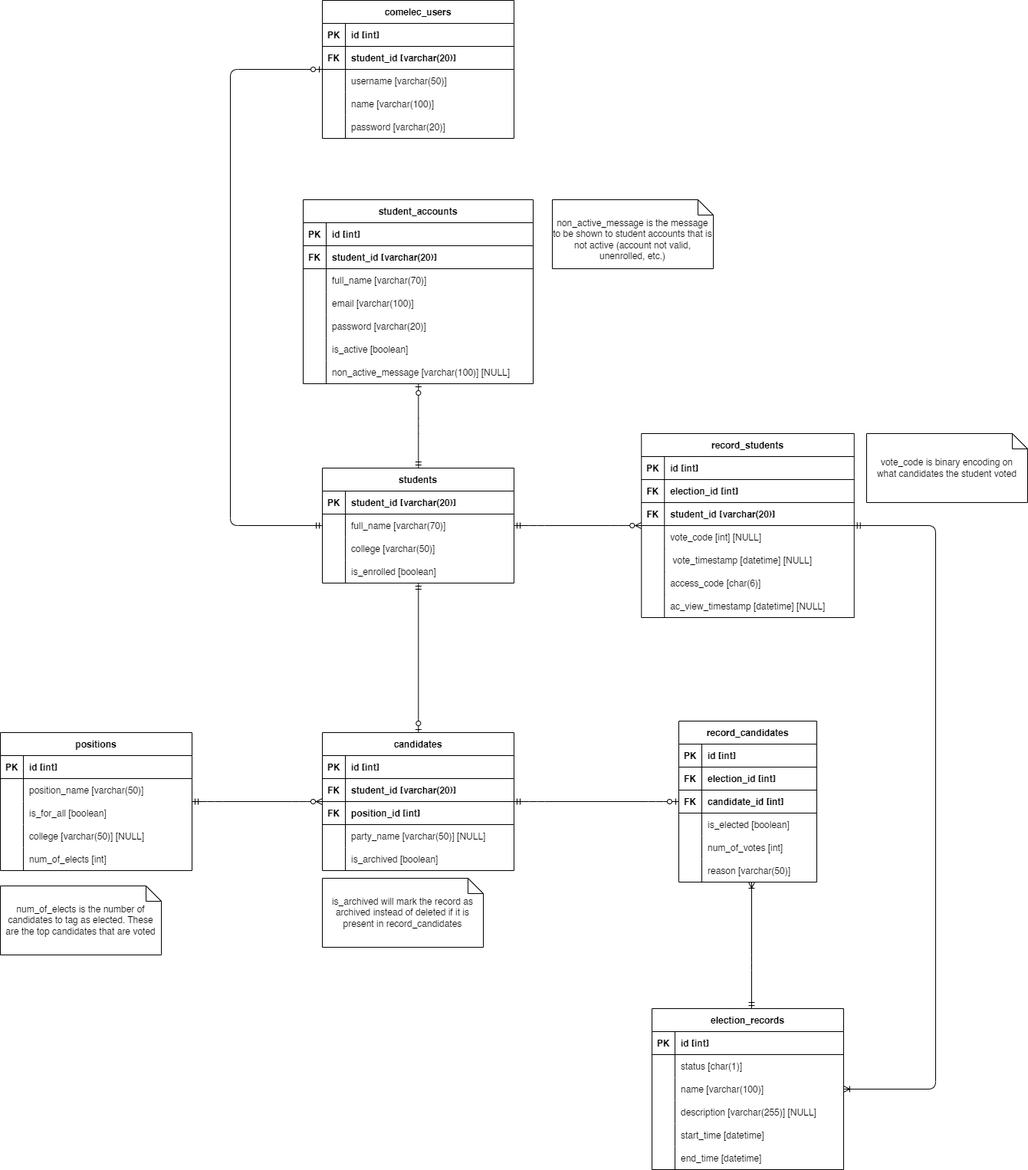
NateCross/comelec-system keeps this draw.io diagram as schema.drawio.png. Above is the earlier version. Source tidied: cells renumbered, new cells last; positions are measured from the earlier drawing's top-left corner, leaving out a move shared by most shapes.
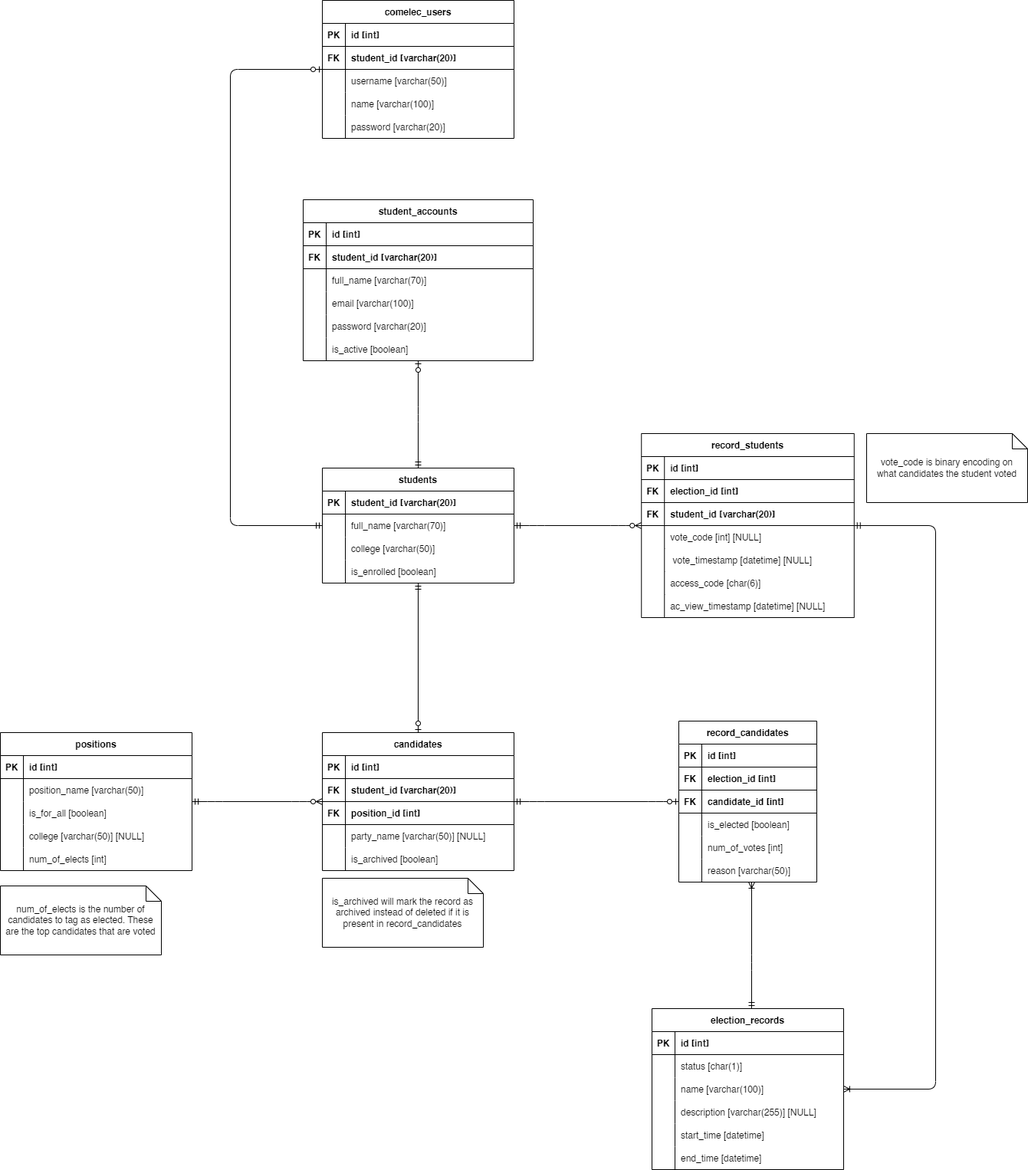
After the change.

What changed in the source:
```diff
@@ -3,7 +3,7 @@
     <mxCell id="0" />
     <mxCell id="1" parent="0" />
     <mxCell id="2" value="student_accounts" style="shape=table;startSize=30;rowLines=0;fontStyle=1;align=center;" parent="1" vertex="1">
-      <mxGeometry x="395" y="260" width="300" height="240" as="geometry" />
+      <mxGeometry x="395" y="260" width="300" height="210" as="geometry" />
     </mxCell>
     <mxCell id="3" style="shape=tableRow;horizontal=0;startSize=0;swimlaneHead=0;swimlaneBody=0;fillColor=none;top=0;left=0;right=0;bottom=1;" parent="2" vertex="1">
       <mxGeometry y="30" width="300" height="30" as="geometry" />
@@ -59,15 +59,6 @@
     <mxCell id="20" value="is_active [boolean]" style="shape=partialRectangle;fillColor=none;top=0;left=0;bottom=0;right=0;align=left;spacingLeft=6;overflow=hidden;" parent="18" vertex="1">
       <mxGeometry x="30" width="270" height="30" as="geometry" />
     </mxCell>
-    <mxCell id="21" style="shape=tableRow;horizontal=0;startSize=0;swimlaneHead=0;swimlaneBody=0;fillColor=none;top=0;left=0;right=0;bottom=0;" parent="2" vertex="1">
-      <mxGeometry y="210" width="300" height="30" as="geometry" />
-    </mxCell>
-    <mxCell id="22" style="shape=partialRectangle;fillColor=none;top=0;left=0;bottom=0;right=0;overflow=hidden;" parent="21" vertex="1">
-      <mxGeometry width="30" height="30" as="geometry" />
-    </mxCell>
-    <mxCell id="23" value="non_active_message [varchar(100)] [NULL]" style="shape=partialRectangle;fillColor=none;top=0;left=0;bottom=0;right=0;align=left;spacingLeft=6;overflow=hidden;" parent="21" vertex="1">
-      <mxGeometry x="30" width="270" height="30" as="geometry" />
-    </mxCell>
     <mxCell id="24" value="comelec_users" style="shape=table;startSize=30;rowLines=0;fontStyle=1;align=center;" parent="1" vertex="1">
       <mxGeometry x="420" width="250" height="180" as="geometry" />
     </mxCell>
@@ -474,9 +465,6 @@
         </Array>
       </mxGeometry>
     </mxCell>
-    <mxCell id="155" value="&lt;br&gt;non_active_message is the message to be shown to student accounts that is not active (account not valid, unenrolled, etc.)" style="shape=note;size=20;whiteSpace=wrap;html=1;" parent="1" vertex="1">
-      <mxGeometry x="720" y="260" width="210" height="90" as="geometry" />
-    </mxCell>
     <mxCell id="156" value="vote_code is binary encoding on&lt;br&gt;what candidates the student voted" style="shape=note;size=20;whiteSpace=wrap;html=1;" parent="1" vertex="1">
       <mxGeometry x="1130" y="565" width="210" height="90" as="geometry" />
     </mxCell>
```
